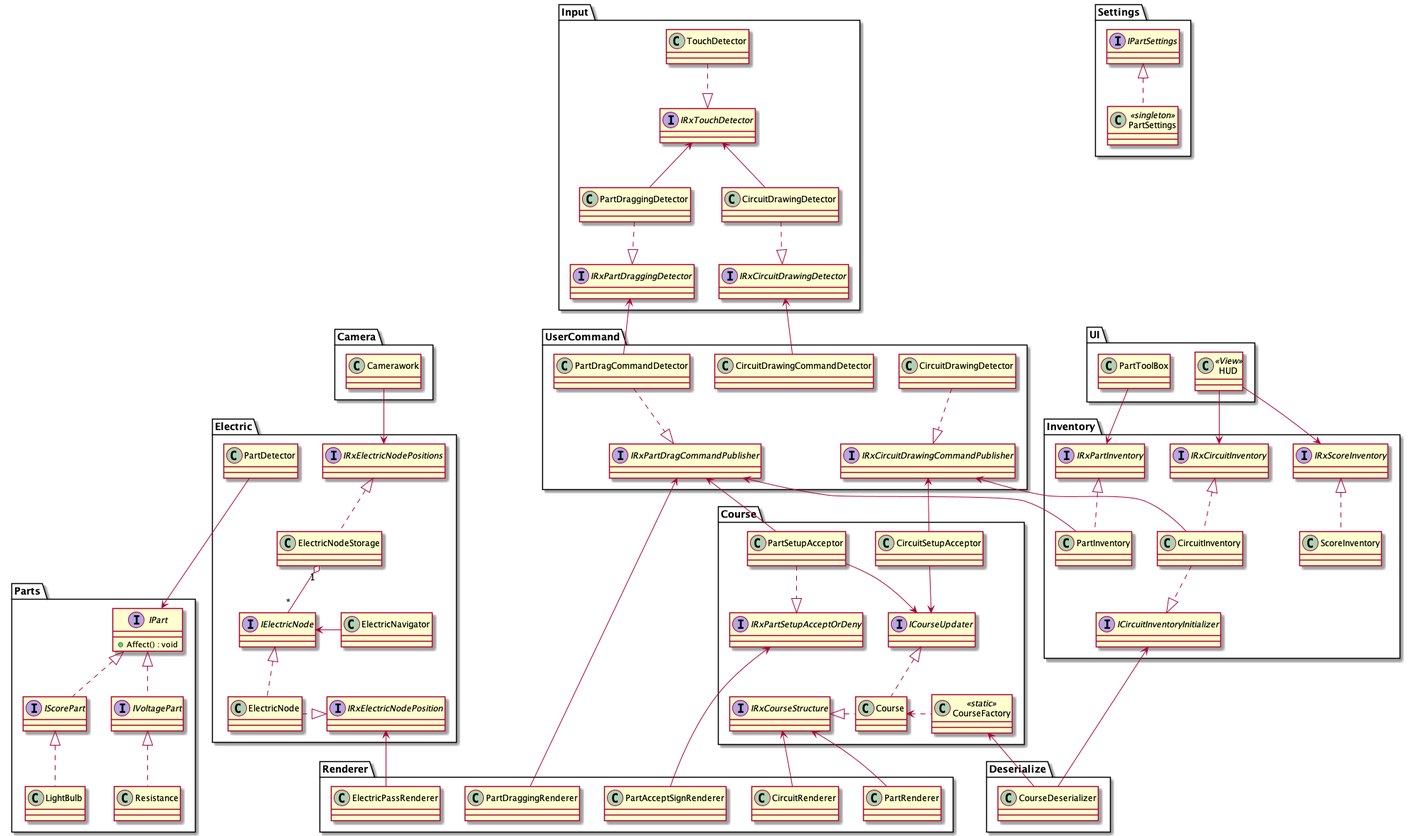
The PlantUML diagram ClassDiagram/ElSchema.png in EleCuit-02106/Docs, before a commit. Its diagram source:
```plantuml
@startuml ElSchema

namespace UI {
    class HUD <<View>>
    HUD --> Inventory.IRxCircuitInventory
    HUD --> Inventory.IRxScoreInventory

    class PartToolBox
    PartToolBox --> Inventory.IRxPartInventory
}

namespace Inventory {
    class PartInventory
    interface IRxPartInventory
    IRxPartInventory <|.. PartInventory
    UserCommand.IRxPartDragCommandPublisher <-- PartInventory
    class CircuitInventory
    interface IRxCircuitInventory
    IRxCircuitInventory <|.. CircuitInventory
    interface ICircuitInventoryInitializer
    CircuitInventory ..|> ICircuitInventoryInitializer
    UserCommand.IRxCircuitDrawingCommandPublisher <-- CircuitInventory
    class ScoreInventory
    interface IRxScoreInventory
    IRxScoreInventory <|.. ScoreInventory
}

namespace Course {
    class Course
    interface ICourseUpdater
    interface IRxCourseStructure
    ICourseUpdater <|.. Course
    IRxCourseStructure <|. Course

    class CourseFactory<<static>>
    CourseFactory .left> Course

    class PartSetupAcceptor
    UserCommand.IRxPartDragCommandPublisher <-- PartSetupAcceptor
    interface IRxPartSetupAcceptOrDeny
    PartSetupAcceptor ..|> IRxPartSetupAcceptOrDeny
    PartSetupAcceptor --> ICourseUpdater

    class CircuitSetupAcceptor
    UserCommand.IRxCircuitDrawingCommandPublisher <-- CircuitSetupAcceptor
    CircuitSetupAcceptor --> ICourseUpdater
}

namespace Deserialize {
    class CourseDeserializer
    Inventory.ICircuitInventoryInitializer <-- CourseDeserializer
    Course.CourseFactory <-- CourseDeserializer
}

namespace Settings {
    class PartSettings<<singleton>>
    interface IPartSettings
    IPartSettings <|.. PartSettings
}

namespace UserCommand {
    interface IRxPartDragCommandPublisher
    class PartDragCommandDetector
    PartDragCommandDetector ..|> IRxPartDragCommandPublisher
    Input.IRxPartDraggingDetector <-- PartDragCommandDetector

    interface IRxCircuitDrawingCommandPublisher
    class CircuitDrawingCommandDetector
    CircuitDrawingDetector ..|> IRxCircuitDrawingCommandPublisher
    Input.IRxCircuitDrawingDetector <-- CircuitDrawingCommandDetector
}

namespace Parts {
    interface IPart {
        +Affect() : void
    }
    interface IScorePart{

    }
    interface IVoltagePart {

    }

    IPart <|.. IScorePart
    IPart <|.. IVoltagePart

    class Resistance
    class LightBulb

    IVoltagePart <|.. Resistance
    IScorePart <|.. LightBulb
}

namespace Electric {
    class ElectricNode
    interface IElectricNode
    interface IRxElectricNodePosition
    IElectricNode <|.. ElectricNode
    ElectricNode .|> IRxElectricNodePosition
    class ElectricNavigator
    IElectricNode <- ElectricNavigator
    class PartDetector
    class ElectricNodeStorage
    interface IRxElectricNodePositions
    IRxElectricNodePositions <|.. ElectricNodeStorage
    ElectricNodeStorage "1" o-- "*" IElectricNode

    PartDetector ---> Parts.IPart
}

namespace Camera {
    class Camerawork
    Camerawork --> Electric.IRxElectricNodePositions
}

namespace Input {
    interface IRxTouchDetector
    class TouchDetector
    TouchDetector ..|> IRxTouchDetector

    interface IRxCircuitDrawingDetector
    class CircuitDrawingDetector
    CircuitDrawingDetector ..|> IRxCircuitDrawingDetector
    interface IRxPartDraggingDetector
    class PartDraggingDetector
    PartDraggingDetector ..|> IRxPartDraggingDetector

    IRxTouchDetector <-- CircuitDrawingDetector
    IRxTouchDetector <-- PartDraggingDetector
}


namespace Renderer {
    class CircuitRenderer
    class PartRenderer
    Course.IRxCourseStructure <-- CircuitRenderer
    Course.IRxCourseStructure <-- PartRenderer
    class ElectricPassRenderer
    Electric.IRxElectricNodePosition <-- ElectricPassRenderer
    class PartAcceptSignRenderer
    Course.IRxPartSetupAcceptOrDeny <-- PartAcceptSignRenderer
    class PartDraggingRenderer
    UserCommand.IRxPartDragCommandPublisher <-- PartDraggingRenderer
}

@enduml
```
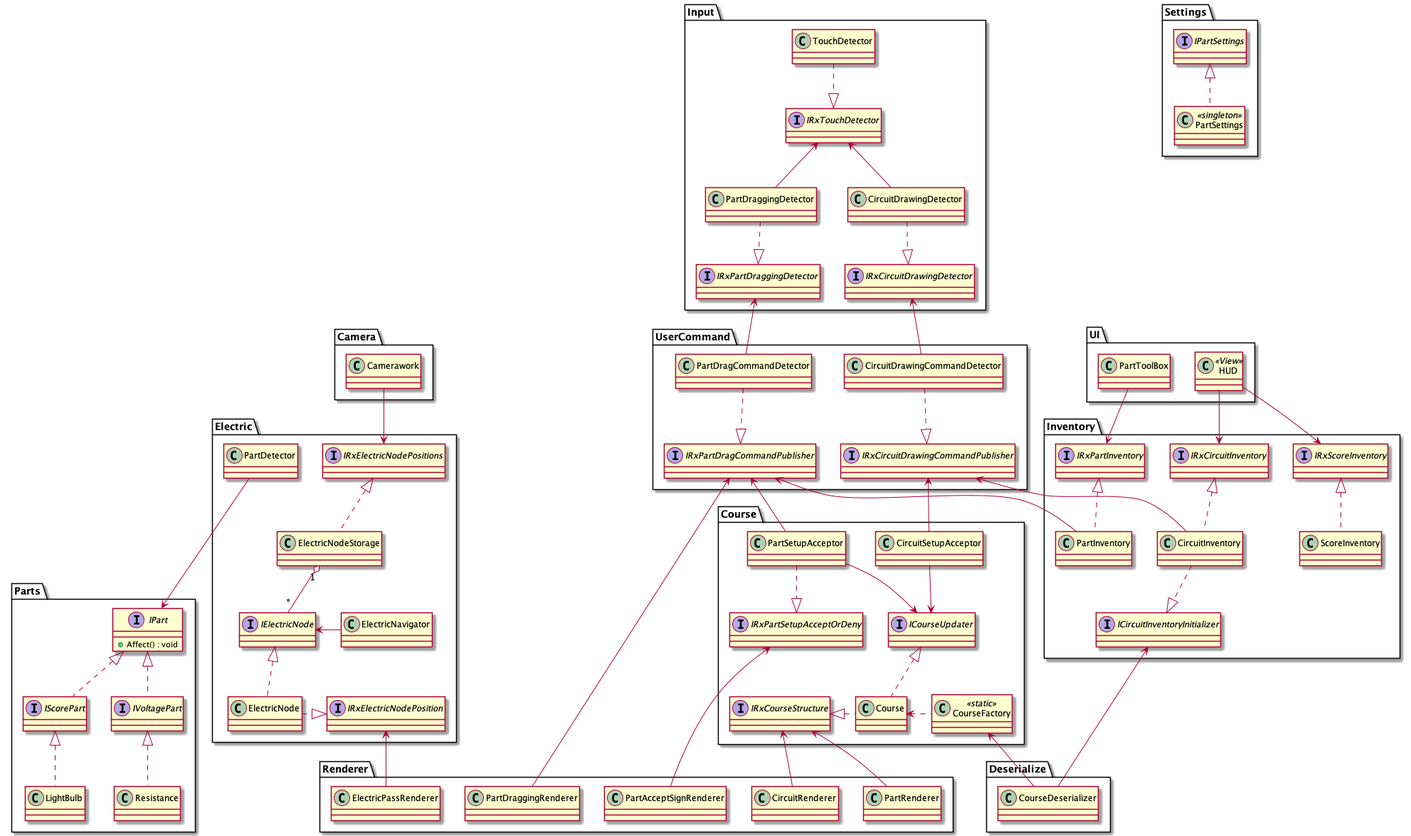
After the commit.

Change to the diagram source:
```diff
@@ -66,7 +66,7 @@
 
     interface IRxCircuitDrawingCommandPublisher
     class CircuitDrawingCommandDetector
-    CircuitDrawingDetector ..|> IRxCircuitDrawingCommandPublisher
+    CircuitDrawingCommandDetector ..|> IRxCircuitDrawingCommandPublisher
     Input.IRxCircuitDrawingDetector <-- CircuitDrawingCommandDetector
 }
 
```
